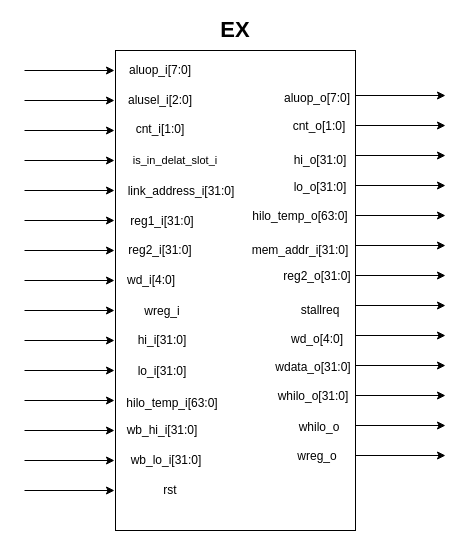
Before: EX.drawio in dawnyoake/Cnblogs-Theme-SimpleMemory, a draw.io diagram. Source tidied: cells renumbered, new cells numbered last; positions are measured from the earlier drawing's top-left corner, leaving out a move shared by most shapes. Both pictures are drawn from the tidied source at 100%, with x=0, y=0 at pixel (24, 20).
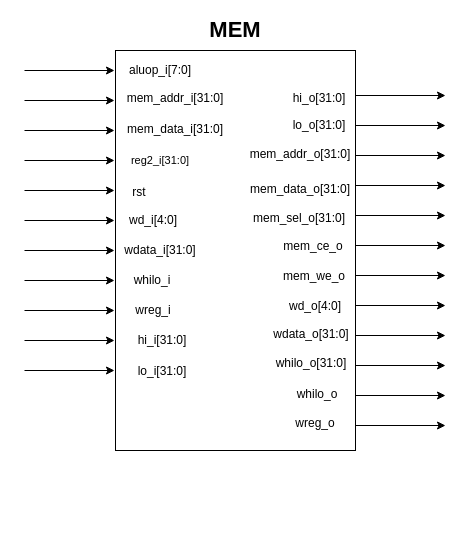
After the change.

What changed in the source:
```diff
@@
     <mxCell id="2" style="rounded=0;whiteSpace=wrap;html=1;" parent="1" vertex="1">
-      <mxGeometry x="91" y="30" width="240" height="480" as="geometry" />
+      <mxGeometry x="91" y="30" width="240" height="400" as="geometry" />
     </mxCell>
@@
-    <mxCell id="14" style="endArrow=classic;html=1;" parent="1" edge="1">
-      <mxGeometry relative="1" as="geometry">
-        <mxPoint x="331" y="435" as="sourcePoint" />
-        <mxPoint x="421" y="435" as="targetPoint" />
-      </mxGeometry>
-    </mxCell>
@@
-    <mxCell id="23" style="endArrow=classic;html=1;" parent="1" edge="1">
-      <mxGeometry relative="1" as="geometry">
-        <mxPoint y="380" as="sourcePoint" />
-        <mxPoint x="90" y="380" as="targetPoint" />
-      </mxGeometry>
-    </mxCell>
-    <mxCell id="24" style="endArrow=classic;html=1;" parent="1" edge="1">
-      <mxGeometry relative="1" as="geometry">
-        <mxPoint y="410" as="sourcePoint" />
-        <mxPoint x="90" y="410" as="targetPoint" />
-      </mxGeometry>
-    </mxCell>
-    <mxCell id="25" style="endArrow=classic;html=1;" parent="1" edge="1">
-      <mxGeometry relative="1" as="geometry">
-        <mxPoint y="440" as="sourcePoint" />
-        <mxPoint x="90" y="440" as="targetPoint" />
-      </mxGeometry>
-    </mxCell>
-    <mxCell id="26" style="endArrow=classic;html=1;" parent="1" edge="1">
-      <mxGeometry relative="1" as="geometry">
-        <mxPoint y="470" as="sourcePoint" />
-        <mxPoint x="90" y="470" as="targetPoint" />
-      </mxGeometry>
-    </mxCell>
@@
-    <mxCell id="31" value="&lt;span style=&quot;font-size: 22px&quot;&gt;&lt;b&gt;EX&lt;/b&gt;&lt;/span&gt;" style="text;html=1;strokeColor=none;fillColor=none;align=center;verticalAlign=middle;whiteSpace=wrap;rounded=0;" parent="1" vertex="1">
+    <mxCell id="31" value="&lt;span style=&quot;font-size: 22px&quot;&gt;&lt;b&gt;MEM&lt;/b&gt;&lt;/span&gt;" style="text;html=1;strokeColor=none;fillColor=none;align=center;verticalAlign=middle;whiteSpace=wrap;rounded=0;" parent="1" vertex="1">
       <mxGeometry x="191" width="40" height="20" as="geometry" />
     </mxCell>
@@
-    <mxCell id="33" value="alusel_i[2:0]" style="text;html=1;strokeColor=none;fillColor=none;align=center;verticalAlign=middle;whiteSpace=wrap;rounded=0;" parent="1" vertex="1">
-      <mxGeometry x="116" y="70" width="40" height="20" as="geometry" />
+    <mxCell id="33" value="mem_addr_i[31:0]" style="text;html=1;strokeColor=none;fillColor=none;align=center;verticalAlign=middle;whiteSpace=wrap;rounded=0;" parent="1" vertex="1">
+      <mxGeometry x="131" y="68" width="40" height="20" as="geometry" />
     </mxCell>
-    <mxCell id="34" value="cnt_i[1:0]" style="text;html=1;strokeColor=none;fillColor=none;align=center;verticalAlign=middle;whiteSpace=wrap;rounded=0;" parent="1" vertex="1">
-      <mxGeometry x="116" y="99" width="40" height="20" as="geometry" />
+    <mxCell id="34" value="mem_data_i[31:0]" style="text;html=1;strokeColor=none;fillColor=none;align=center;verticalAlign=middle;whiteSpace=wrap;rounded=0;" parent="1" vertex="1">
+      <mxGeometry x="131" y="99" width="40" height="20" as="geometry" />
     </mxCell>
-    <mxCell id="35" value="&lt;font style=&quot;font-size: 11px&quot;&gt;is_in_delat_slot_i&lt;/font&gt;" style="text;html=1;strokeColor=none;fillColor=none;align=center;verticalAlign=middle;whiteSpace=wrap;rounded=0;" parent="1" vertex="1">
-      <mxGeometry x="131" y="130" width="40" height="20" as="geometry" />
+    <mxCell id="35" value="&lt;font style=&quot;font-size: 11px&quot;&gt;reg2_i[31:0]&lt;/font&gt;" style="text;html=1;strokeColor=none;fillColor=none;align=center;verticalAlign=middle;whiteSpace=wrap;rounded=0;" parent="1" vertex="1">
+      <mxGeometry x="116" y="130" width="40" height="20" as="geometry" />
     </mxCell>
-    <mxCell id="36" value="link_address_i[31:0]" style="text;html=1;strokeColor=none;fillColor=none;align=center;verticalAlign=middle;whiteSpace=wrap;rounded=0;" parent="1" vertex="1">
-      <mxGeometry x="137" y="161" width="40" height="20" as="geometry" />
+    <mxCell id="36" value="rst" style="text;html=1;strokeColor=none;fillColor=none;align=center;verticalAlign=middle;whiteSpace=wrap;rounded=0;" parent="1" vertex="1">
+      <mxGeometry x="95" y="162" width="40" height="20" as="geometry" />
     </mxCell>
-    <mxCell id="37" value="reg1_i[31:0]" style="text;html=1;strokeColor=none;fillColor=none;align=center;verticalAlign=middle;whiteSpace=wrap;rounded=0;" parent="1" vertex="1">
-      <mxGeometry x="118" y="191" width="40" height="20" as="geometry" />
+    <mxCell id="37" value="wd_i[4:0]" style="text;html=1;strokeColor=none;fillColor=none;align=center;verticalAlign=middle;whiteSpace=wrap;rounded=0;" parent="1" vertex="1">
+      <mxGeometry x="109" y="190" width="40" height="20" as="geometry" />
     </mxCell>
-    <mxCell id="38" value="reg2_i[31:0]" style="text;html=1;strokeColor=none;fillColor=none;align=center;verticalAlign=middle;whiteSpace=wrap;rounded=0;" parent="1" vertex="1">
+    <mxCell id="38" value="wdata_i[31:0]" style="text;html=1;strokeColor=none;fillColor=none;align=center;verticalAlign=middle;whiteSpace=wrap;rounded=0;" parent="1" vertex="1">
       <mxGeometry x="116" y="220" width="40" height="20" as="geometry" />
     </mxCell>
-    <mxCell id="39" value="wd_i[4:0]" style="text;html=1;strokeColor=none;fillColor=none;align=center;verticalAlign=middle;whiteSpace=wrap;rounded=0;" parent="1" vertex="1">
-      <mxGeometry x="107" y="250" width="40" height="20" as="geometry" />
+    <mxCell id="39" value="whilo_i" style="text;html=1;strokeColor=none;fillColor=none;align=center;verticalAlign=middle;whiteSpace=wrap;rounded=0;" parent="1" vertex="1">
+      <mxGeometry x="108" y="250" width="40" height="20" as="geometry" />
     </mxCell>
     <mxCell id="40" value="wreg_i" style="text;html=1;strokeColor=none;fillColor=none;align=center;verticalAlign=middle;whiteSpace=wrap;rounded=0;" parent="1" vertex="1">
-      <mxGeometry x="118" y="281" width="40" height="20" as="geometry" />
+      <mxGeometry x="109" y="280" width="40" height="20" as="geometry" />
     </mxCell>
@@
-    <mxCell id="43" value="hilo_temp_i[63:0]" style="text;html=1;strokeColor=none;fillColor=none;align=center;verticalAlign=middle;whiteSpace=wrap;rounded=0;" parent="1" vertex="1">
-      <mxGeometry x="128" y="373" width="40" height="20" as="geometry" />
-    </mxCell>
-    <mxCell id="44" value="wb_hi_i[31:0]" style="text;html=1;strokeColor=none;fillColor=none;align=center;verticalAlign=middle;whiteSpace=wrap;rounded=0;" parent="1" vertex="1">
-      <mxGeometry x="118" y="400" width="40" height="20" as="geometry" />
-    </mxCell>
-    <mxCell id="45" value="wb_lo_i[31:0]" style="text;html=1;strokeColor=none;fillColor=none;align=center;verticalAlign=middle;whiteSpace=wrap;rounded=0;" parent="1" vertex="1">
-      <mxGeometry x="122" y="430" width="40" height="20" as="geometry" />
-    </mxCell>
-    <mxCell id="46" value="rst" style="text;html=1;strokeColor=none;fillColor=none;align=center;verticalAlign=middle;whiteSpace=wrap;rounded=0;" parent="1" vertex="1">
-      <mxGeometry x="126" y="460" width="40" height="20" as="geometry" />
-    </mxCell>
-    <mxCell id="47" value="aluop_o[7:0]" style="text;html=1;strokeColor=none;fillColor=none;align=center;verticalAlign=middle;whiteSpace=wrap;rounded=0;" parent="1" vertex="1">
-      <mxGeometry x="273" y="68" width="40" height="20" as="geometry" />
-    </mxCell>
-    <mxCell id="48" value="cnt_o[1:0]" style="text;html=1;strokeColor=none;fillColor=none;align=center;verticalAlign=middle;whiteSpace=wrap;rounded=0;" parent="1" vertex="1">
-      <mxGeometry x="275" y="96" width="40" height="20" as="geometry" />
-    </mxCell>
     <mxCell id="49" value="hi_o[31:0]" style="text;html=1;strokeColor=none;fillColor=none;align=center;verticalAlign=middle;whiteSpace=wrap;rounded=0;" parent="1" vertex="1">
-      <mxGeometry x="276" y="130" width="40" height="20" as="geometry" />
+      <mxGeometry x="275" y="68" width="40" height="20" as="geometry" />
     </mxCell>
@@
     <mxCell id="51" value="lo_o[31:0]" style="text;html=1;strokeColor=none;fillColor=none;align=center;verticalAlign=middle;whiteSpace=wrap;rounded=0;" parent="1" vertex="1">
-      <mxGeometry x="276" y="157" width="40" height="20" as="geometry" />
+      <mxGeometry x="275" y="95" width="40" height="20" as="geometry" />
     </mxCell>
@@
-    <mxCell id="53" value="hilo_temp_o[63:0]" style="text;html=1;strokeColor=none;fillColor=none;align=center;verticalAlign=middle;whiteSpace=wrap;rounded=0;" parent="1" vertex="1">
-      <mxGeometry x="256" y="185.5" width="40" height="20" as="geometry" />
-    </mxCell>
-    <mxCell id="54" style="edgeStyle=orthogonalEdgeStyle;rounded=0;orthogonalLoop=1;jettySize=auto;html=1;exitX=0.5;exitY=1;exitDx=0;exitDy=0;" parent="1" edge="1" source="53" target="53">
-      <mxGeometry relative="1" as="geometry" />
+    <mxCell id="54" style="edgeStyle=orthogonalEdgeStyle;rounded=0;orthogonalLoop=1;jettySize=auto;html=1;exitX=0.5;exitY=1;exitDx=0;exitDy=0;" parent="1" edge="1">
+      <mxGeometry relative="1" as="geometry">
+        <mxPoint x="276" y="205.5" as="sourcePoint" />
+        <mxPoint x="276" y="205.5" as="targetPoint" />
+      </mxGeometry>
     </mxCell>
-    <mxCell id="55" value="mem_addr_i[31:0]" style="text;html=1;strokeColor=none;fillColor=none;align=center;verticalAlign=middle;whiteSpace=wrap;rounded=0;" parent="1" vertex="1">
-      <mxGeometry x="256" y="220" width="40" height="20" as="geometry" />
+    <mxCell id="55" value="mem_ce_o" style="text;html=1;strokeColor=none;fillColor=none;align=center;verticalAlign=middle;whiteSpace=wrap;rounded=0;" parent="1" vertex="1">
+      <mxGeometry x="269" y="216" width="40" height="20" as="geometry" />
     </mxCell>
@@
-    <mxCell id="57" value="reg2_o[31:0]" style="text;html=1;strokeColor=none;fillColor=none;align=center;verticalAlign=middle;whiteSpace=wrap;rounded=0;" parent="1" vertex="1">
-      <mxGeometry x="273" y="245.5" width="40" height="20" as="geometry" />
+    <mxCell id="57" value="mem_we_o" style="text;html=1;strokeColor=none;fillColor=none;align=center;verticalAlign=middle;whiteSpace=wrap;rounded=0;" parent="1" vertex="1">
+      <mxGeometry x="270" y="246" width="40" height="20" as="geometry" />
     </mxCell>
@@
-    <mxCell id="59" value="stallreq" style="text;html=1;strokeColor=none;fillColor=none;align=center;verticalAlign=middle;whiteSpace=wrap;rounded=0;" parent="1" vertex="1">
-      <mxGeometry x="276" y="280" width="40" height="20" as="geometry" />
-    </mxCell>
-    <mxCell id="60" style="edgeStyle=orthogonalEdgeStyle;rounded=0;orthogonalLoop=1;jettySize=auto;html=1;exitX=0.5;exitY=1;exitDx=0;exitDy=0;" parent="1" edge="1" source="59" target="59">
-      <mxGeometry relative="1" as="geometry" />
+    <mxCell id="60" style="edgeStyle=orthogonalEdgeStyle;rounded=0;orthogonalLoop=1;jettySize=auto;html=1;exitX=0.5;exitY=1;exitDx=0;exitDy=0;" parent="1" edge="1">
+      <mxGeometry relative="1" as="geometry">
+        <mxPoint x="296" y="300" as="sourcePoint" />
+        <mxPoint x="296" y="300" as="targetPoint" />
+      </mxGeometry>
     </mxCell>
     <mxCell id="61" value="wd_o[4:0]" style="text;html=1;strokeColor=none;fillColor=none;align=center;verticalAlign=middle;whiteSpace=wrap;rounded=0;" parent="1" vertex="1">
-      <mxGeometry x="273" y="309" width="40" height="20" as="geometry" />
+      <mxGeometry x="271" y="276" width="40" height="20" as="geometry" />
     </mxCell>
@@
     <mxCell id="63" value="wdata_o[31:0]" style="text;html=1;strokeColor=none;fillColor=none;align=center;verticalAlign=middle;whiteSpace=wrap;rounded=0;" parent="1" vertex="1">
-      <mxGeometry x="269" y="336.5" width="40" height="20" as="geometry" />
+      <mxGeometry x="267" y="303.5" width="40" height="20" as="geometry" />
     </mxCell>
     <mxCell id="64" value="whilo_o[31:0]" style="text;html=1;strokeColor=none;fillColor=none;align=center;verticalAlign=middle;whiteSpace=wrap;rounded=0;" parent="1" vertex="1">
-      <mxGeometry x="269" y="365.5" width="40" height="20" as="geometry" />
+      <mxGeometry x="267" y="332.5" width="40" height="20" as="geometry" />
     </mxCell>
     <mxCell id="65" value="whilo_o" style="text;html=1;strokeColor=none;fillColor=none;align=center;verticalAlign=middle;whiteSpace=wrap;rounded=0;" parent="1" vertex="1">
-      <mxGeometry x="275" y="397" width="40" height="20" as="geometry" />
+      <mxGeometry x="273" y="364" width="40" height="20" as="geometry" />
     </mxCell>
     <mxCell id="66" value="wreg_o" style="text;html=1;strokeColor=none;fillColor=none;align=center;verticalAlign=middle;whiteSpace=wrap;rounded=0;" parent="1" vertex="1">
-      <mxGeometry x="273" y="425.5" width="40" height="20" as="geometry" />
+      <mxGeometry x="271" y="392.5" width="40" height="20" as="geometry" />
     </mxCell>
+    <mxCell id="67" value="mem_addr_o[31:0]" style="text;html=1;strokeColor=none;fillColor=none;align=center;verticalAlign=middle;whiteSpace=wrap;rounded=0;" parent="1" vertex="1">
+      <mxGeometry x="256" y="119" width="40" height="29" as="geometry" />
+    </mxCell>
+    <mxCell id="68" value="mem_data_o[31:0]" style="text;html=1;strokeColor=none;fillColor=none;align=center;verticalAlign=middle;whiteSpace=wrap;rounded=0;" parent="1" vertex="1">
+      <mxGeometry x="256" y="159" width="40" height="20" as="geometry" />
+    </mxCell>
+    <mxCell id="69" value="mem_sel_o[31:0]" style="text;html=1;strokeColor=none;fillColor=none;align=center;verticalAlign=middle;whiteSpace=wrap;rounded=0;" parent="1" vertex="1">
+      <mxGeometry x="255" y="188" width="40" height="20" as="geometry" />
+    </mxCell>
```
